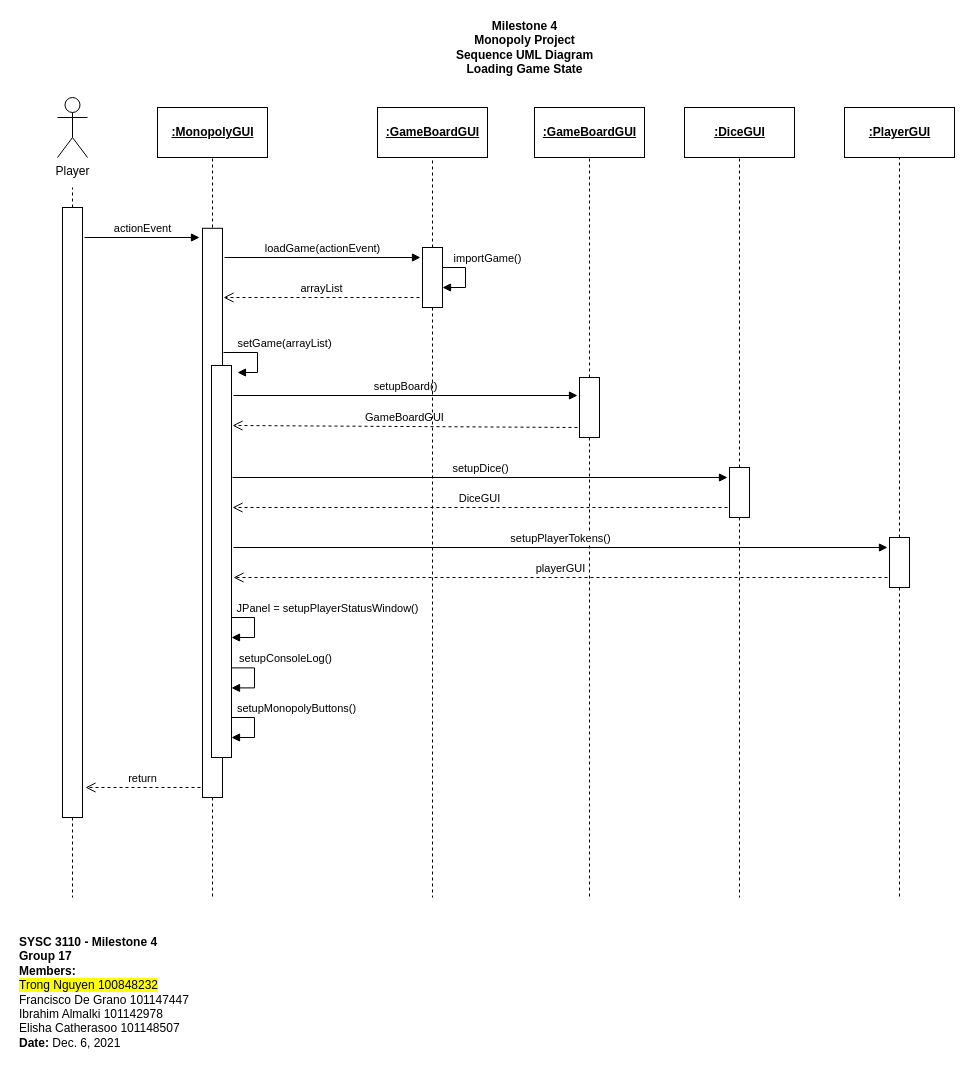
Above: page "SequenceUML_4" (5 of 5) of M4_ClassUML.drawio in trong0dn/monopoly (draw.io), before the change. Source tidied: cells renumbered, new cells numbered last; positions are measured from the earlier drawing's top-left corner, leaving out a move shared by most shapes. Both pictures are drawn from the tidied source at 100%, with x=0, y=0 at pixel (17, 17).
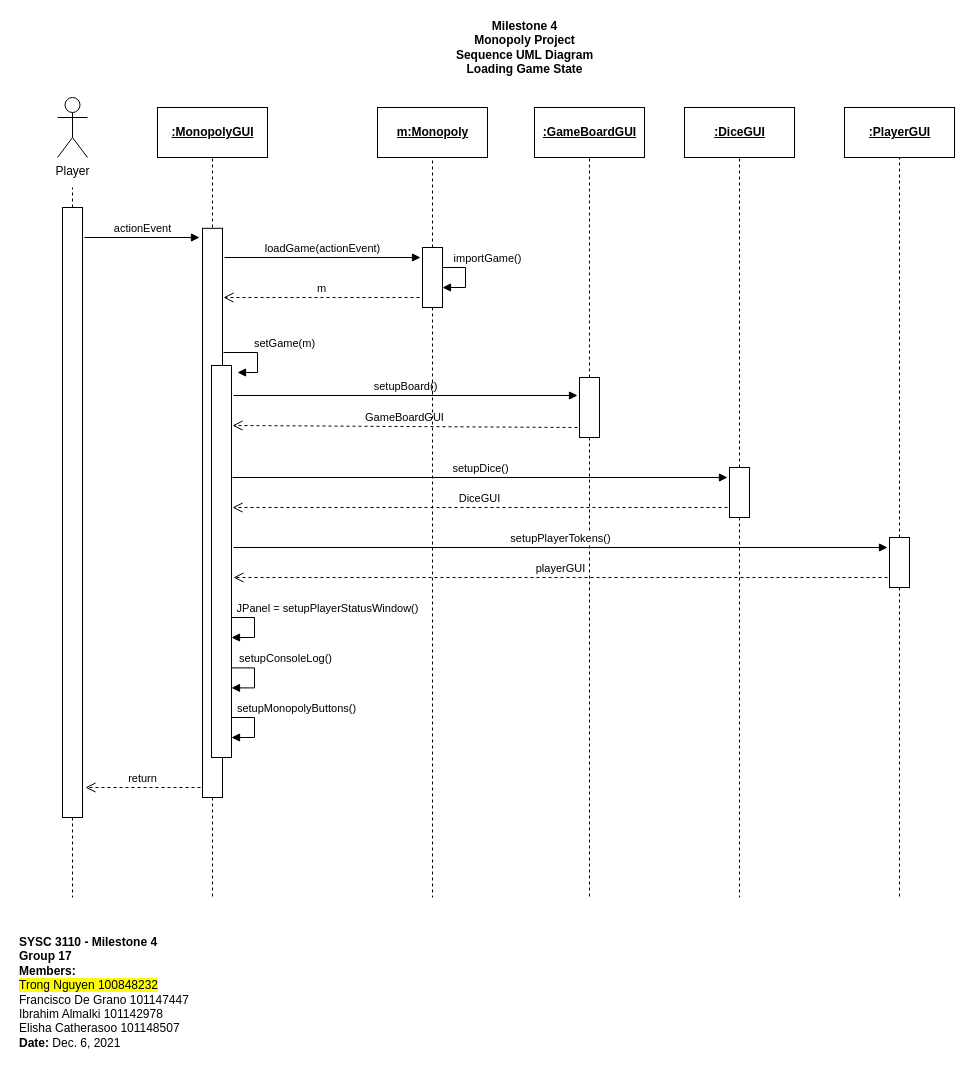
After the change.

What changed in the source:
```diff
@@
-    <mxCell id="12" value="setGame(arrayList)" style="html=1;verticalAlign=bottom;endArrow=block;rounded=0;" parent="1" edge="1">
+    <mxCell id="12" value="setGame(m)" style="html=1;verticalAlign=bottom;endArrow=block;rounded=0;" parent="1" edge="1">
       <mxGeometry x="-0.15" y="30" relative="1" as="geometry">
         <mxPoint x="206" y="335" as="sourcePoint" />
         <mxPoint x="220" y="355" as="targetPoint" />
         <Array as="points">
           <mxPoint x="240" y="335" />
           <mxPoint x="240" y="355" />
         </Array>
         <mxPoint x="30" y="30" as="offset" />
       </mxGeometry>
     </mxCell>
@@
-    <mxCell id="38" value="&lt;b&gt;&lt;u&gt;:GameBoardGUI&lt;/u&gt;&lt;/b&gt;" style="html=1;align=center;" parent="1" vertex="1">
+    <mxCell id="38" value="&lt;b&gt;&lt;u&gt;m:Monopoly&lt;/u&gt;&lt;/b&gt;" style="html=1;align=center;" parent="1" vertex="1">
       <mxGeometry x="360" y="90" width="110" height="50" as="geometry" />
     </mxCell>
@@
-    <mxCell id="42" value="arrayList" style="html=1;verticalAlign=bottom;endArrow=open;dashed=1;endSize=8;rounded=0;" parent="1" edge="1">
+    <mxCell id="42" value="m" style="html=1;verticalAlign=bottom;endArrow=open;dashed=1;endSize=8;rounded=0;" parent="1" edge="1">
       <mxGeometry relative="1" as="geometry">
         <mxPoint x="402" y="280" as="sourcePoint" />
         <mxPoint x="206" y="280" as="targetPoint" />
       </mxGeometry>
     </mxCell>
```
